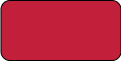
The draw.io diagram cordi2023_files/poster/images/Three_Levelled_Concept_Bricks.drawio.png in nfdi4plants/teaching-materials-concept, before a commit. Source tidied: cells renumbered, new cells last; positions are measured from the earlier drawing's top-left corner, leaving out a move shared by most shapes. Source of this version:
```xml
<mxGraphModel background="#ffffff">
  <root>
    <mxCell id="0" />
    <mxCell id="1" parent="0" />
    <mxCell id="2" style="rounded=1;whiteSpace=wrap;html=1;fontStyle=1;fillColor=#C21F3A;fontColor=#fefbfb;" parent="1" vertex="1">
      <mxGeometry x="-0.5" width="120" height="60" as="geometry" />
    </mxCell>
  </root>
</mxGraphModel>
```
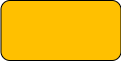
The same file after the commit.

The edit, as a diff of the source:
```diff
@@ -2,7 +2,7 @@
   <root>
     <mxCell id="0" />
     <mxCell id="1" parent="0" />
-    <mxCell id="2" style="rounded=1;whiteSpace=wrap;html=1;fontStyle=1;fillColor=#C21F3A;fontColor=#fefbfb;" parent="1" vertex="1">
+    <mxCell id="2" style="rounded=1;whiteSpace=wrap;html=1;fontStyle=1;fillColor=#FFC000;fontColor=#fefbfb;" parent="1" vertex="1">
       <mxGeometry x="-0.5" width="120" height="60" as="geometry" />
     </mxCell>
   </root>
```
